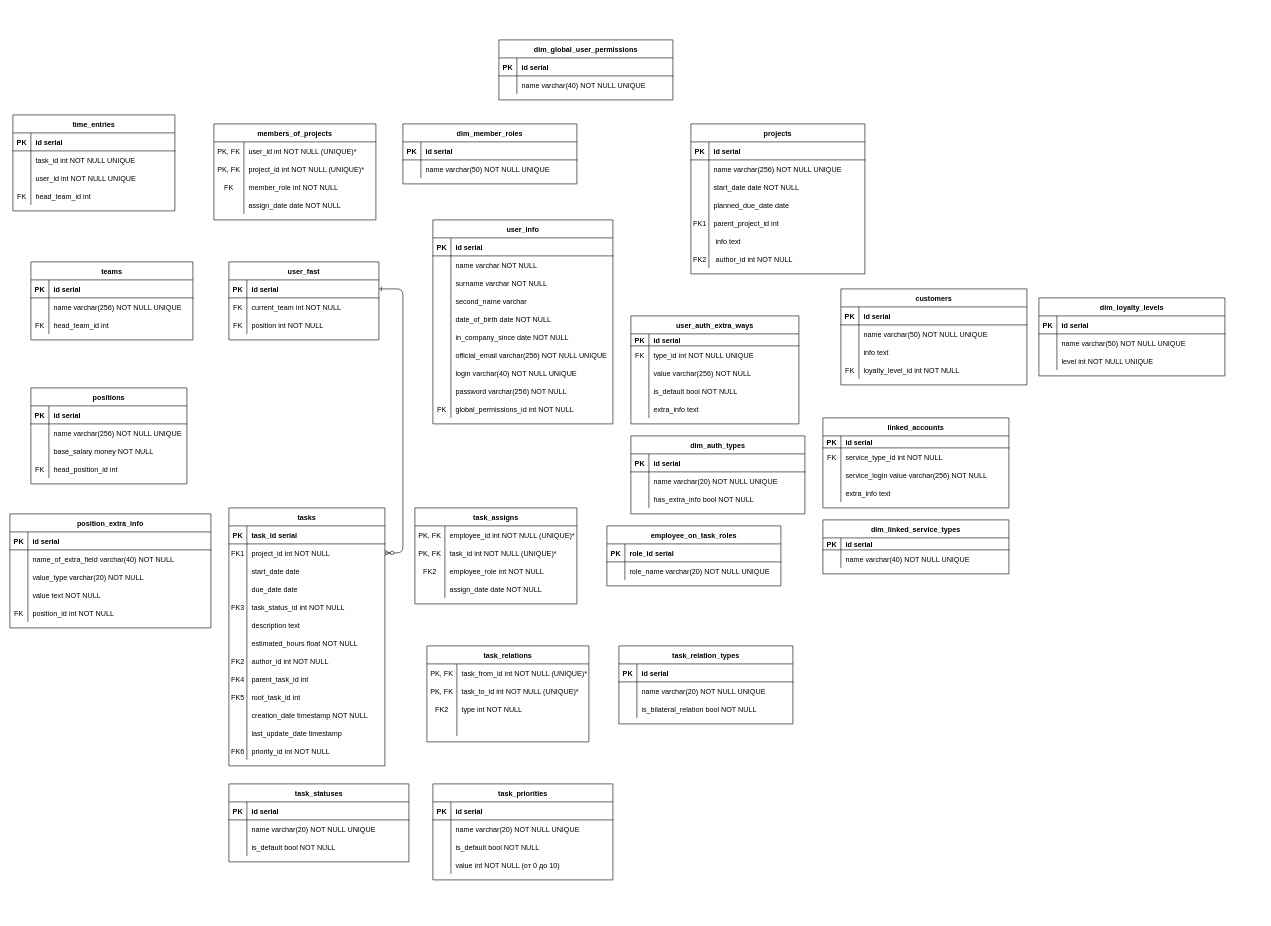
Above: Untitled Diagram.drawio in iREALLYhateGit/projecterDB (draw.io), before the change. Source tidied: cells renumbered, new cells numbered last; positions are measured from the earlier drawing's top-left corner, leaving out a move shared by most shapes. Both pictures are drawn from the tidied source at 60%, with x=0, y=0 at pixel (10, 40).
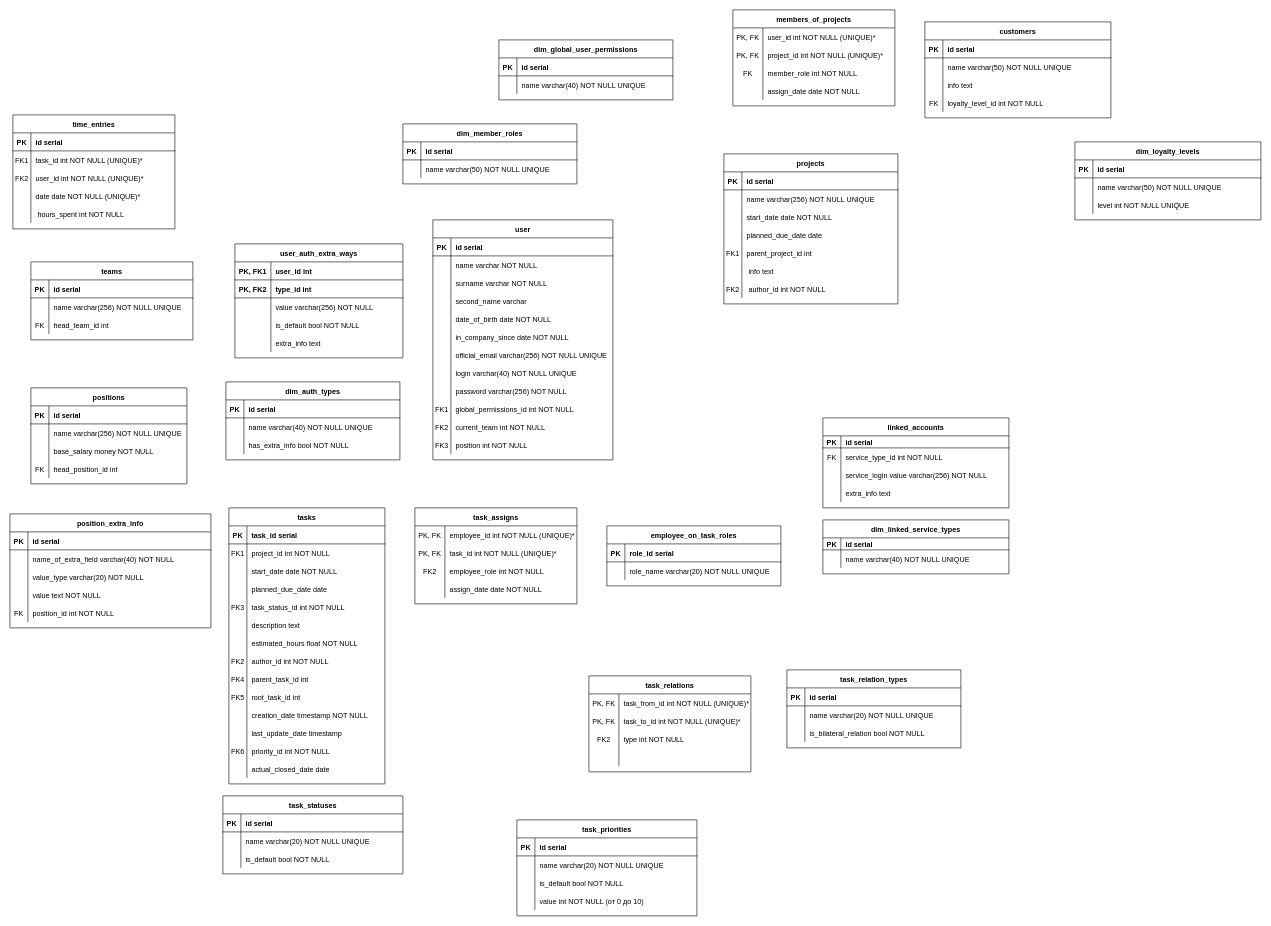
Above is the later version.

Unchanged cells that the change refers to:
```xml
<mxCell id="17" style="shape=partialRectangle;fillColor=none;points=[[0,0.5],[1,0.5]];portConstraint=eastwest;top=0;left=0;right=0;bottom=0;" parent="13" vertex="1">
  <mxGeometry y="60" width="260" height="30" as="geometry" />
</mxCell>
<mxCell id="20" style="shape=partialRectangle;fillColor=none;top=0;left=0;right=0;bottom=0;" parent="13" vertex="1">
  <mxGeometry y="90" width="260" height="30" as="geometry" />
</mxCell>
<mxCell id="23" style="shape=partialRectangle;fillColor=none;top=0;left=0;right=0;bottom=0;" parent="13" vertex="1">
  <mxGeometry y="120" width="260" height="30" as="geometry" />
</mxCell>
<mxCell id="251" style="shape=partialRectangle;fillColor=none;top=0;left=0;right=0;bottom=0;" parent="223" vertex="1">
  <mxGeometry y="300" width="300" height="30" as="geometry" />
</mxCell>
<mxCell id="258" style="shape=partialRectangle;fillColor=none;top=0;left=0;right=0;bottom=0;" parent="254" vertex="1">
  <mxGeometry y="60" width="290" height="30" as="geometry" />
</mxCell>
<mxCell id="311" style="shape=partialRectangle;fillColor=none;top=0;left=0;right=0;bottom=0;" parent="307" vertex="1">
  <mxGeometry y="60" width="270" height="30" as="geometry" />
</mxCell>
<mxCell id="314" style="shape=partialRectangle;fillColor=none;top=0;left=0;right=0;bottom=0;" parent="307" vertex="1">
  <mxGeometry y="90" width="270" height="30" as="geometry" />
</mxCell>
<mxCell id="317" style="shape=partialRectangle;fillColor=none;top=0;left=0;right=0;bottom=0;" parent="307" vertex="1">
  <mxGeometry y="120" width="270" height="30" as="geometry" />
</mxCell>
```

The edit, as a diff of the source:
```diff
@@
-    <mxCell id="2" style="edgeStyle=entityRelationEdgeStyle;endArrow=ERzeroToMany;startArrow=ERone;endFill=1;startFill=0;" parent="1" edge="1" source="4" target="17">
-      <mxGeometry relative="1" as="geometry" />
-    </mxCell>
-    <mxCell id="3" value="user_fast" style="shape=table;startSize=30;childLayout=tableLayout;rowLines=0;fontStyle=1;align=center;" parent="1" vertex="1">
-      <mxGeometry x="365" y="370" width="250" height="130" as="geometry" />
-    </mxCell>
-    <mxCell id="4" style="shape=partialRectangle;fillColor=none;points=[[0,0.5],[1,0.5]];portConstraint=eastwest;top=0;left=0;right=0;bottom=1;" parent="3" vertex="1">
-      <mxGeometry y="30" width="250" height="30" as="geometry" />
-    </mxCell>
-    <mxCell id="5" value="PK" style="shape=partialRectangle;overflow=hidden;fillColor=none;top=0;left=0;bottom=0;right=0;fontStyle=1;" parent="4" vertex="1">
-      <mxGeometry width="30" height="30" as="geometry" />
-    </mxCell>
-    <mxCell id="6" value="id serial" style="shape=partialRectangle;overflow=hidden;fillColor=none;top=0;left=0;bottom=0;right=0;align=left;spacingLeft=6;fontStyle=1;" parent="4" vertex="1">
-      <mxGeometry x="30" width="220" height="30" as="geometry" />
-    </mxCell>
-    <mxCell id="7" style="shape=partialRectangle;fillColor=none;top=0;left=0;right=0;bottom=0;" parent="3" vertex="1">
-      <mxGeometry y="60" width="250" height="30" as="geometry" />
-    </mxCell>
-    <mxCell id="8" value="FK" style="shape=partialRectangle;overflow=hidden;fillColor=none;top=0;left=0;bottom=0;right=0;" parent="7" vertex="1">
-      <mxGeometry width="30" height="30" as="geometry" />
-    </mxCell>
-    <mxCell id="9" value="current_team int NOT NULL" style="shape=partialRectangle;overflow=hidden;fillColor=none;top=0;left=0;bottom=0;right=0;align=left;spacingLeft=6;" parent="7" vertex="1">
-      <mxGeometry x="30" width="220" height="30" as="geometry" />
-    </mxCell>
-    <mxCell id="10" style="shape=partialRectangle;fillColor=none;top=0;left=0;right=0;bottom=0;" parent="3" vertex="1">
-      <mxGeometry y="90" width="250" height="30" as="geometry" />
-    </mxCell>
-    <mxCell id="11" value="FK" style="shape=partialRectangle;overflow=hidden;fillColor=none;top=0;left=0;bottom=0;right=0;" parent="10" vertex="1">
-      <mxGeometry width="30" height="30" as="geometry" />
-    </mxCell>
-    <mxCell id="12" value="position int NOT NULL" style="shape=partialRectangle;overflow=hidden;fillColor=none;top=0;left=0;bottom=0;right=0;align=left;spacingLeft=6;" parent="10" vertex="1">
-      <mxGeometry x="30" width="220" height="30" as="geometry" />
-    </mxCell>
     <mxCell id="13" value="tasks" style="shape=table;startSize=30;childLayout=tableLayout;rowLines=0;fontStyle=1;align=center;" parent="1" vertex="1">
-      <mxGeometry x="365" y="780" width="260" height="430" as="geometry" />
+      <mxGeometry x="365" y="780" width="260" height="460" as="geometry" />
     </mxCell>
@@
-    <mxCell id="22" value="start_date date" style="shape=partialRectangle;overflow=hidden;fillColor=none;top=0;left=0;bottom=0;right=0;align=left;spacingLeft=6;" parent="20" vertex="1">
+    <mxCell id="22" value="start_date date NOT NULL" style="shape=partialRectangle;overflow=hidden;fillColor=none;top=0;left=0;bottom=0;right=0;align=left;spacingLeft=6;" parent="20" vertex="1">
       <mxGeometry x="30" width="230" height="30" as="geometry" />
     </mxCell>
@@
-    <mxCell id="25" value="due_date date" style="shape=partialRectangle;overflow=hidden;fillColor=none;top=0;left=0;bottom=0;right=0;align=left;spacingLeft=6;" parent="23" vertex="1">
+    <mxCell id="25" value="planned_due_date date" style="shape=partialRectangle;overflow=hidden;fillColor=none;top=0;left=0;bottom=0;right=0;align=left;spacingLeft=6;" parent="23" vertex="1">
       <mxGeometry x="30" width="230" height="30" as="geometry" />
     </mxCell>
@@
+    <mxCell id="320" style="shape=partialRectangle;fillColor=none;top=0;left=0;right=0;bottom=0;" parent="13" vertex="1">
+      <mxGeometry y="420" width="260" height="30" as="geometry" />
+    </mxCell>
+    <mxCell id="321" style="shape=partialRectangle;overflow=hidden;fillColor=none;top=0;left=0;bottom=0;right=0;" parent="320" vertex="1">
+      <mxGeometry width="30" height="30" as="geometry" />
+    </mxCell>
+    <mxCell id="322" value="actual_closed_date date" style="shape=partialRectangle;overflow=hidden;fillColor=none;top=0;left=0;bottom=0;right=0;align=left;spacingLeft=6;" parent="320" vertex="1">
+      <mxGeometry x="30" width="230" height="30" as="geometry" />
+    </mxCell>
@@
     <mxCell id="92" value="projects" style="shape=table;startSize=30;childLayout=tableLayout;rowLines=0;fontStyle=1;align=center;" parent="1" vertex="1">
-      <mxGeometry x="1135" y="140" width="290" height="250" as="geometry" />
+      <mxGeometry x="1190" y="190" width="290" height="250" as="geometry" />
     </mxCell>
@@
     <mxCell id="134" value="task_statuses" style="shape=table;startSize=30;childLayout=tableLayout;rowLines=0;fontStyle=1;align=center;" parent="1" vertex="1">
-      <mxGeometry x="365" y="1240" width="300" height="130" as="geometry" />
+      <mxGeometry x="355" y="1260" width="300" height="130" as="geometry" />
     </mxCell>
@@
     <mxCell id="151" value="members_of_projects" style="shape=table;startSize=30;childLayout=tableLayout;rowLines=0;fontStyle=1;align=center;" parent="1" vertex="1">
-      <mxGeometry x="340" y="140" width="270" height="160" as="geometry" />
+      <mxGeometry x="1205" y="-50" width="270" height="160" as="geometry" />
     </mxCell>
@@
     <mxCell id="164" value="customers" style="shape=table;startSize=30;childLayout=tableLayout;rowLines=0;fontStyle=1;align=center;" parent="1" vertex="1">
-      <mxGeometry x="1385" y="415" width="310" height="160" as="geometry" />
+      <mxGeometry x="1525" y="-30" width="310" height="160" as="geometry" />
     </mxCell>
@@
     <mxCell id="177" value="dim_loyalty_levels" style="shape=table;startSize=30;childLayout=tableLayout;rowLines=0;fontStyle=1;align=center;" parent="1" vertex="1">
-      <mxGeometry x="1715" y="430" width="310" height="130" as="geometry" />
+      <mxGeometry x="1775" y="170" width="310" height="130" as="geometry" />
     </mxCell>
@@
     <mxCell id="187" value="task_priorities" style="shape=table;startSize=30;childLayout=tableLayout;rowLines=0;fontStyle=1;align=center;" parent="1" vertex="1">
-      <mxGeometry x="705" y="1240" width="300" height="160" as="geometry" />
+      <mxGeometry x="845" y="1300" width="300" height="160" as="geometry" />
     </mxCell>
@@
     <mxCell id="200" value="task_relations" style="shape=table;startSize=30;childLayout=tableLayout;rowLines=0;fontStyle=1;align=center;" parent="1" vertex="1">
-      <mxGeometry x="695" y="1010" width="270" height="160" as="geometry" />
+      <mxGeometry x="965" y="1060" width="270" height="160" as="geometry" />
     </mxCell>
@@
     <mxCell id="213" value="task_relation_types" style="shape=table;startSize=30;childLayout=tableLayout;rowLines=0;fontStyle=1;align=center;" parent="1" vertex="1">
-      <mxGeometry x="1015" y="1010" width="290" height="130" as="geometry" />
+      <mxGeometry x="1295" y="1050" width="290" height="130" as="geometry" />
     </mxCell>
@@
-    <mxCell id="223" value="user_info" style="shape=table;startSize=30;childLayout=tableLayout;rowLines=0;fontStyle=1;align=center;" parent="1" vertex="1">
-      <mxGeometry x="705" y="300" width="300" height="340" as="geometry" />
+    <mxCell id="223" value="user" style="shape=table;startSize=30;childLayout=tableLayout;rowLines=0;fontStyle=1;align=center;" parent="1" vertex="1">
+      <mxGeometry x="705" y="300" width="300" height="400" as="geometry" />
     </mxCell>
@@
-    <mxCell id="252" value="FK" style="shape=partialRectangle;overflow=hidden;fillColor=none;top=0;left=0;bottom=0;right=0;" parent="251" vertex="1">
+    <mxCell id="252" value="FK1" style="shape=partialRectangle;overflow=hidden;fillColor=none;top=0;left=0;bottom=0;right=0;" parent="251" vertex="1">
       <mxGeometry width="30" height="30" as="geometry" />
     </mxCell>
@@
+    <mxCell id="323" style="shape=partialRectangle;fillColor=none;top=0;left=0;right=0;bottom=0;" parent="223" vertex="1">
+      <mxGeometry y="330" width="300" height="30" as="geometry" />
+    </mxCell>
+    <mxCell id="324" value="FK2" style="shape=partialRectangle;overflow=hidden;fillColor=none;top=0;left=0;bottom=0;right=0;" parent="323" vertex="1">
+      <mxGeometry width="30" height="30" as="geometry" />
+    </mxCell>
+    <mxCell id="9" value="current_team int NOT NULL" style="shape=partialRectangle;overflow=hidden;fillColor=none;top=0;left=0;bottom=0;right=0;align=left;spacingLeft=6;" parent="323" vertex="1">
+      <mxGeometry x="30" width="270" height="30" as="geometry" />
+    </mxCell>
+    <mxCell id="325" style="shape=partialRectangle;fillColor=none;top=0;left=0;right=0;bottom=0;" parent="223" vertex="1">
+      <mxGeometry y="360" width="300" height="30" as="geometry" />
+    </mxCell>
+    <mxCell id="326" value="FK3" style="shape=partialRectangle;overflow=hidden;fillColor=none;top=0;left=0;bottom=0;right=0;" parent="325" vertex="1">
+      <mxGeometry width="30" height="30" as="geometry" />
+    </mxCell>
+    <mxCell id="12" value="position int NOT NULL" style="shape=partialRectangle;overflow=hidden;fillColor=none;top=0;left=0;bottom=0;right=0;align=left;spacingLeft=6;" parent="325" vertex="1">
+      <mxGeometry x="30" width="270" height="30" as="geometry" />
+    </mxCell>
     <mxCell id="254" value="dim_auth_types" style="shape=table;startSize=30;childLayout=tableLayout;rowLines=0;fontStyle=1;align=center;" parent="1" vertex="1">
-      <mxGeometry x="1035" y="660" width="290" height="130" as="geometry" />
+      <mxGeometry x="360" y="570" width="290" height="130" as="geometry" />
     </mxCell>
@@
-    <mxCell id="260" value="name varchar(20) NOT NULL UNIQUE" style="shape=partialRectangle;overflow=hidden;fillColor=none;top=0;left=0;bottom=0;right=0;align=left;spacingLeft=6;" parent="258" vertex="1">
+    <mxCell id="260" value="name varchar(40) NOT NULL UNIQUE" style="shape=partialRectangle;overflow=hidden;fillColor=none;top=0;left=0;bottom=0;right=0;align=left;spacingLeft=6;" parent="258" vertex="1">
       <mxGeometry x="30" width="260" height="30" as="geometry" />
     </mxCell>
@@
     <mxCell id="264" value="user_auth_extra_ways" style="shape=table;startSize=30;childLayout=tableLayout;rowLines=0;fontStyle=1;align=center;" parent="1" vertex="1">
-      <mxGeometry x="1035" y="460" width="280" height="180" as="geometry" />
+      <mxGeometry x="375" y="340" width="280" height="190" as="geometry" />
     </mxCell>
     <mxCell id="265" style="shape=partialRectangle;fillColor=none;top=0;left=0;right=0;bottom=1;" parent="264" vertex="1">
-      <mxGeometry y="30" width="280" height="20" as="geometry" />
+      <mxGeometry y="30" width="280" height="30" as="geometry" />
     </mxCell>
-    <mxCell id="266" value="PK" style="shape=partialRectangle;overflow=hidden;fillColor=none;top=0;left=0;bottom=0;right=0;fontStyle=1;" parent="265" vertex="1">
-      <mxGeometry width="30" height="20" as="geometry" />
+    <mxCell id="266" value="PK, FK1" style="shape=partialRectangle;overflow=hidden;fillColor=none;top=0;left=0;bottom=0;right=0;fontStyle=1;" parent="265" vertex="1">
+      <mxGeometry width="60" height="30" as="geometry" />
     </mxCell>
-    <mxCell id="267" value="id serial" style="shape=partialRectangle;overflow=hidden;fillColor=none;top=0;left=0;bottom=0;right=0;align=left;spacingLeft=6;fontStyle=1;" parent="265" vertex="1">
-      <mxGeometry x="30" width="250" height="20" as="geometry" />
+    <mxCell id="267" value="user_id int" style="shape=partialRectangle;overflow=hidden;fillColor=none;top=0;left=0;bottom=0;right=0;align=left;spacingLeft=6;fontStyle=1;strokeWidth=1;strokeColor=default;" parent="265" vertex="1">
+      <mxGeometry x="60" width="220" height="30" as="geometry" />
     </mxCell>
-    <mxCell id="268" style="shape=partialRectangle;fillColor=none;top=0;left=0;right=0;bottom=0;" parent="264" vertex="1">
-      <mxGeometry y="50" width="280" height="30" as="geometry" />
-    </mxCell>
-    <mxCell id="269" value="FK" style="shape=partialRectangle;overflow=hidden;fillColor=none;top=0;left=0;bottom=0;right=0;" parent="268" vertex="1">
-      <mxGeometry width="30" height="30" as="geometry" />
-    </mxCell>
-    <mxCell id="270" value="type_id int NOT NULL UNIQUE" style="shape=partialRectangle;overflow=hidden;fillColor=none;top=0;left=0;bottom=0;right=0;align=left;spacingLeft=6;" parent="268" vertex="1">
-      <mxGeometry x="30" width="250" height="30" as="geometry" />
-    </mxCell>
+    <mxCell id="327" style="shape=partialRectangle;fillColor=none;top=0;left=0;right=0;bottom=1;" parent="264" vertex="1">
+      <mxGeometry y="60" width="280" height="30" as="geometry" />
+    </mxCell>
+    <mxCell id="328" value="PK, FK2" style="shape=partialRectangle;overflow=hidden;fillColor=none;top=0;left=0;bottom=0;right=0;fontStyle=1;" parent="327" vertex="1">
+      <mxGeometry width="60" height="30" as="geometry" />
+    </mxCell>
+    <mxCell id="329" value="type_id int" style="shape=partialRectangle;overflow=hidden;fillColor=none;top=0;left=0;bottom=0;right=0;align=left;spacingLeft=6;fontStyle=1;strokeWidth=1;" parent="327" vertex="1">
+      <mxGeometry x="60" width="220" height="30" as="geometry" />
+    </mxCell>
     <mxCell id="271" style="shape=partialRectangle;fillColor=none;top=0;left=0;right=0;bottom=0;" parent="264" vertex="1">
-      <mxGeometry y="80" width="280" height="30" as="geometry" />
+      <mxGeometry y="90" width="280" height="30" as="geometry" />
     </mxCell>
     <mxCell id="272" style="shape=partialRectangle;overflow=hidden;fillColor=none;top=0;left=0;bottom=0;right=0;" parent="271" vertex="1">
-      <mxGeometry width="30" height="30" as="geometry" />
+      <mxGeometry width="60" height="30" as="geometry" />
     </mxCell>
     <mxCell id="273" value="value varchar(256) NOT NULL" style="shape=partialRectangle;overflow=hidden;fillColor=none;top=0;left=0;bottom=0;right=0;align=left;spacingLeft=6;" parent="271" vertex="1">
-      <mxGeometry x="30" width="250" height="30" as="geometry" />
+      <mxGeometry x="60" width="220" height="30" as="geometry" />
     </mxCell>
     <mxCell id="274" style="shape=partialRectangle;fillColor=none;top=0;left=0;right=0;bottom=0;" parent="264" vertex="1">
-      <mxGeometry y="110" width="280" height="30" as="geometry" />
+      <mxGeometry y="120" width="280" height="30" as="geometry" />
     </mxCell>
     <mxCell id="275" style="shape=partialRectangle;overflow=hidden;fillColor=none;top=0;left=0;bottom=0;right=0;" parent="274" vertex="1">
-      <mxGeometry width="30" height="30" as="geometry" />
+      <mxGeometry width="60" height="30" as="geometry" />
     </mxCell>
     <mxCell id="276" value="is_default bool NOT NULL" style="shape=partialRectangle;overflow=hidden;fillColor=none;top=0;left=0;bottom=0;right=0;align=left;spacingLeft=6;" parent="274" vertex="1">
-      <mxGeometry x="30" width="250" height="30" as="geometry" />
+      <mxGeometry x="60" width="220" height="30" as="geometry" />
     </mxCell>
     <mxCell id="277" style="shape=partialRectangle;fillColor=none;top=0;left=0;right=0;bottom=0;" parent="264" vertex="1">
-      <mxGeometry y="140" width="280" height="30" as="geometry" />
+      <mxGeometry y="150" width="280" height="30" as="geometry" />
     </mxCell>
     <mxCell id="278" style="shape=partialRectangle;overflow=hidden;fillColor=none;top=0;left=0;bottom=0;right=0;" parent="277" vertex="1">
-      <mxGeometry width="30" height="30" as="geometry" />
+      <mxGeometry width="60" height="30" as="geometry" />
     </mxCell>
     <mxCell id="279" value="extra_info text" style="shape=partialRectangle;overflow=hidden;fillColor=none;top=0;left=0;bottom=0;right=0;align=left;spacingLeft=6;" parent="277" vertex="1">
-      <mxGeometry x="30" width="250" height="30" as="geometry" />
+      <mxGeometry x="60" width="220" height="30" as="geometry" />
     </mxCell>
@@
     <mxCell id="307" value="time_entries" style="shape=table;startSize=30;childLayout=tableLayout;rowLines=0;fontStyle=1;align=center;" parent="1" vertex="1">
-      <mxGeometry x="5" y="125" width="270" height="160" as="geometry" />
+      <mxGeometry x="5" y="125" width="270" height="190" as="geometry" />
     </mxCell>
@@
-    <mxCell id="312" style="shape=partialRectangle;overflow=hidden;fillColor=none;top=0;left=0;bottom=0;right=0;" parent="311" vertex="1">
+    <mxCell id="312" value="FK1" style="shape=partialRectangle;overflow=hidden;fillColor=none;top=0;left=0;bottom=0;right=0;" parent="311" vertex="1">
       <mxGeometry width="30" height="30" as="geometry" />
     </mxCell>
-    <mxCell id="313" value="task_id int NOT NULL UNIQUE" style="shape=partialRectangle;overflow=hidden;fillColor=none;top=0;left=0;bottom=0;right=0;align=left;spacingLeft=6;" parent="311" vertex="1">
+    <mxCell id="313" value="task_id int NOT NULL (UNIQUE)*" style="shape=partialRectangle;overflow=hidden;fillColor=none;top=0;left=0;bottom=0;right=0;align=left;spacingLeft=6;" parent="311" vertex="1">
       <mxGeometry x="30" width="240" height="30" as="geometry" />
     </mxCell>
@@
-    <mxCell id="315" style="shape=partialRectangle;overflow=hidden;fillColor=none;top=0;left=0;bottom=0;right=0;" parent="314" vertex="1">
+    <mxCell id="315" value="FK2" style="shape=partialRectangle;overflow=hidden;fillColor=none;top=0;left=0;bottom=0;right=0;" parent="314" vertex="1">
       <mxGeometry width="30" height="30" as="geometry" />
     </mxCell>
-    <mxCell id="316" value="user_id int NOT NULL UNIQUE" style="shape=partialRectangle;overflow=hidden;fillColor=none;top=0;left=0;bottom=0;right=0;align=left;spacingLeft=6;" parent="314" vertex="1">
+    <mxCell id="316" value="user_id int NOT NULL (UNIQUE)*" style="shape=partialRectangle;overflow=hidden;fillColor=none;top=0;left=0;bottom=0;right=0;align=left;spacingLeft=6;" parent="314" vertex="1">
       <mxGeometry x="30" width="240" height="30" as="geometry" />
     </mxCell>
@@
-    <mxCell id="318" value="FK" style="shape=partialRectangle;overflow=hidden;fillColor=none;top=0;left=0;bottom=0;right=0;" parent="317" vertex="1">
+    <mxCell id="318" style="shape=partialRectangle;overflow=hidden;fillColor=none;top=0;left=0;bottom=0;right=0;" parent="317" vertex="1">
       <mxGeometry width="30" height="30" as="geometry" />
     </mxCell>
-    <mxCell id="319" value="head_team_id int" style="shape=partialRectangle;overflow=hidden;fillColor=none;top=0;left=0;bottom=0;right=0;align=left;spacingLeft=6;" parent="317" vertex="1">
+    <mxCell id="319" value="date date NOT NULL (UNIQUE)*" style="shape=partialRectangle;overflow=hidden;fillColor=none;top=0;left=0;bottom=0;right=0;align=left;spacingLeft=6;" parent="317" vertex="1">
       <mxGeometry x="30" width="240" height="30" as="geometry" />
     </mxCell>
+    <mxCell id="330" style="shape=partialRectangle;fillColor=none;top=0;left=0;right=0;bottom=0;" parent="307" vertex="1">
+      <mxGeometry y="150" width="270" height="30" as="geometry" />
+    </mxCell>
+    <mxCell id="331" style="shape=partialRectangle;overflow=hidden;fillColor=none;top=0;left=0;bottom=0;right=0;" parent="330" vertex="1">
+      <mxGeometry width="30" height="30" as="geometry" />
+    </mxCell>
+    <mxCell id="332" value=" hours_spent int NOT NULL" style="shape=partialRectangle;overflow=hidden;fillColor=none;top=0;left=0;bottom=0;right=0;align=left;spacingLeft=6;" parent="330" vertex="1">
+      <mxGeometry x="30" width="240" height="30" as="geometry" />
+    </mxCell>
```
